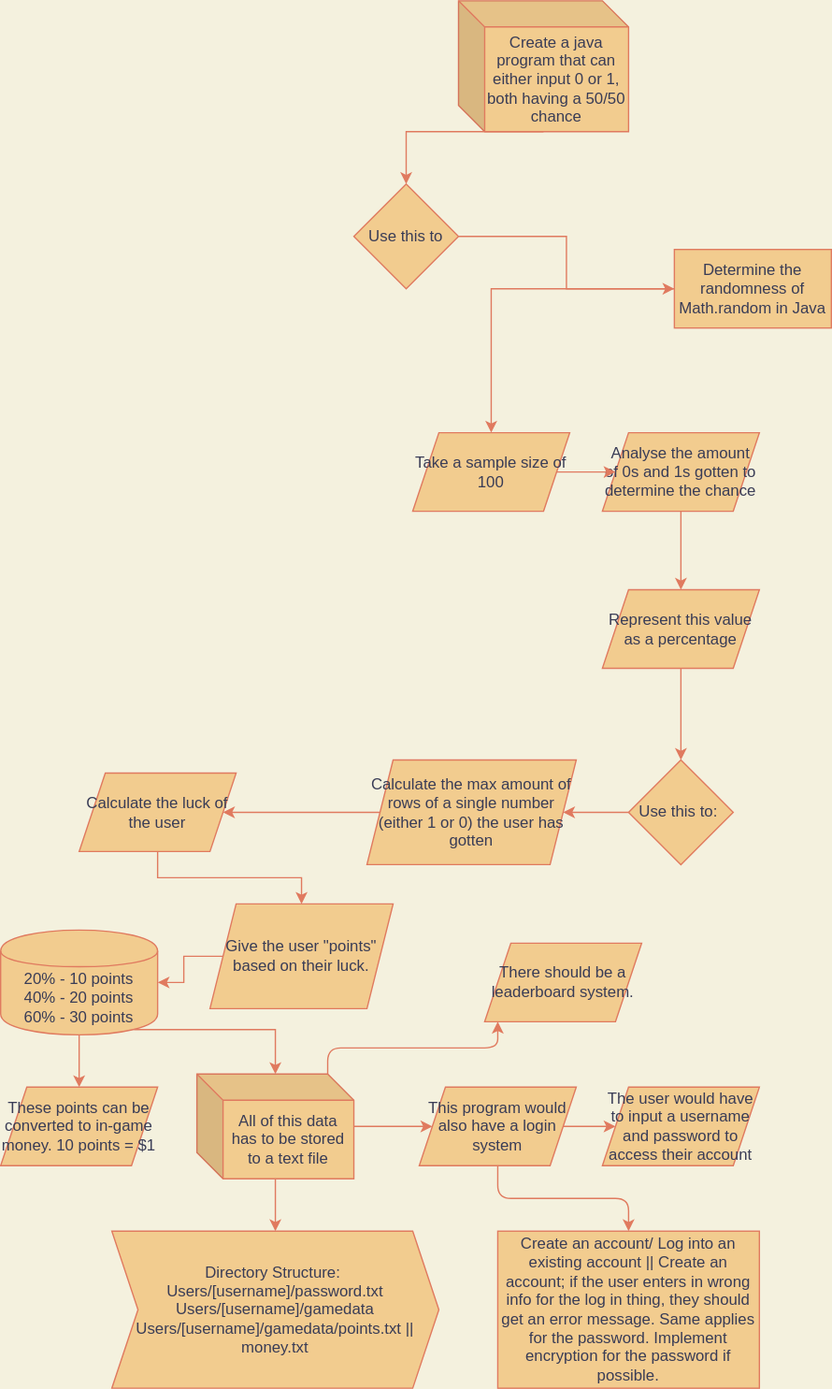
This is Luck Determiner Game.svg from jordenbaxter/Luck-Determiner-Game, a draw.io export, as it was before one commit. Source tidied: cells renumbered, new cells last; positions are measured from the earlier drawing's top-left corner, leaving out a move shared by most shapes.
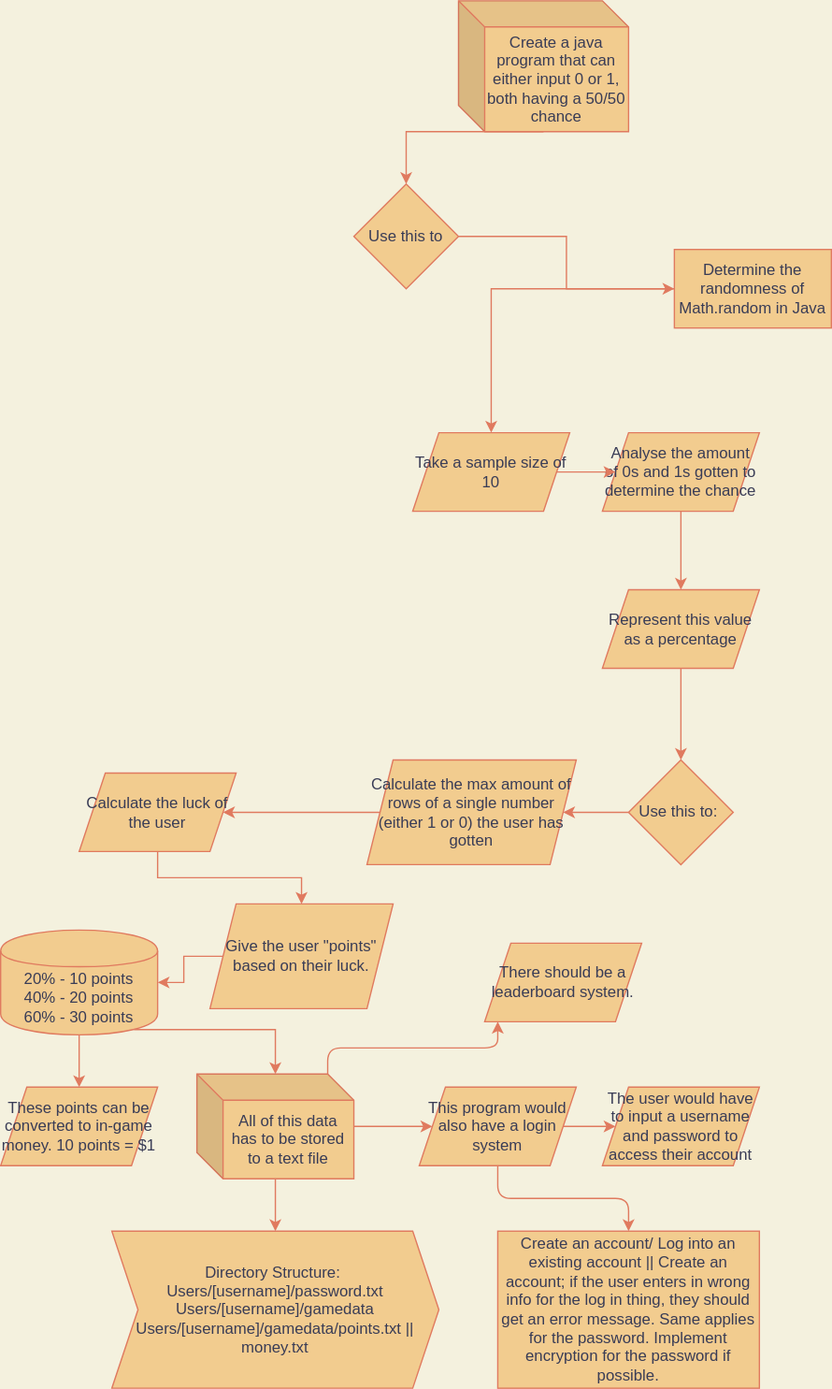
The same file after the commit.

What changed in the source:
```diff
@@ -31,7 +31,7 @@
     <mxCell id="10" style="edgeStyle=orthogonalEdgeStyle;rounded=0;jettySize=auto;html=1;exitX=1;exitY=0.5;exitDx=0;exitDy=0;strokeColor=#E07A5F;fontColor=#393C56;labelBackgroundColor=#F4F1DE;" parent="1" edge="1" source="11" target="9">
       <mxGeometry relative="1" as="geometry" />
     </mxCell>
-    <mxCell id="11" value="Take a sample size of 100" style="shape=parallelogram;perimeter=parallelogramPerimeter;whiteSpace=wrap;html=1;fixedSize=1;fillColor=#F2CC8F;strokeColor=#E07A5F;fontColor=#393C56;" parent="1" vertex="1">
+    <mxCell id="11" value="Take a sample size of 10" style="shape=parallelogram;perimeter=parallelogramPerimeter;whiteSpace=wrap;html=1;fixedSize=1;fillColor=#F2CC8F;strokeColor=#E07A5F;fontColor=#393C56;" parent="1" vertex="1">
       <mxGeometry x="315" y="330" width="120" height="60" as="geometry" />
     </mxCell>
     <mxCell id="12" style="edgeStyle=orthogonalEdgeStyle;rounded=0;jettySize=auto;html=1;strokeColor=#E07A5F;fontColor=#393C56;labelBackgroundColor=#F4F1DE;" parent="1" edge="1" source="13" target="15">
```
